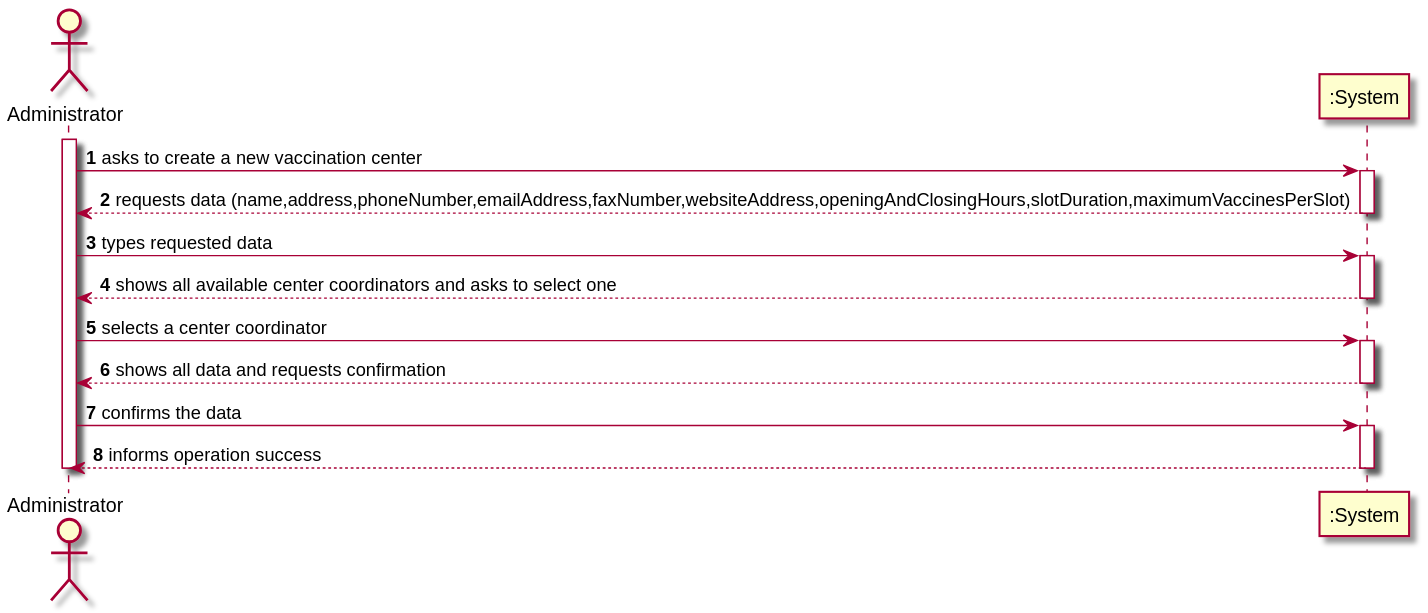
Earlier version of the PlantUML export docs/SprintB/US09/SSD/US09_SSD.svg (miseEnPlace-i/lapr2).
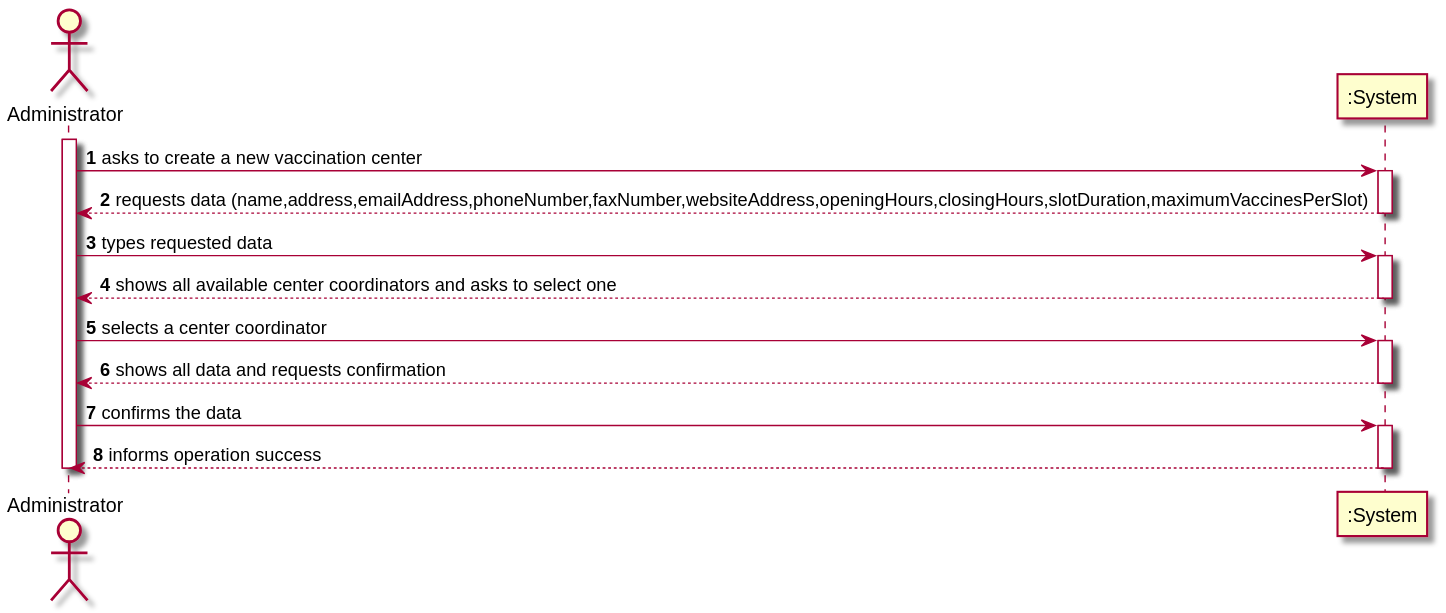
Above is the later version.

The edit, as a diff of the source:
```diff
@@ -6,7 +6,7 @@
 
 Administrator -> ":System" : asks to create a new vaccination center
 activate ":System"
-":System" --> Administrator : requests data (name,address,phoneNumber,emailAddress,faxNumber,websiteAddress,openingAndClosingHours,slotDuration,maximumVaccinesPerSlot)
+":System" --> Administrator : requests data (name,address,emailAddress,phoneNumber,faxNumber,websiteAddress,openingHours,closingHours,slotDuration,maximumVaccinesPerSlot)
 deactivate ":System"
 
 Administrator -> ":System" : types requested data
```
